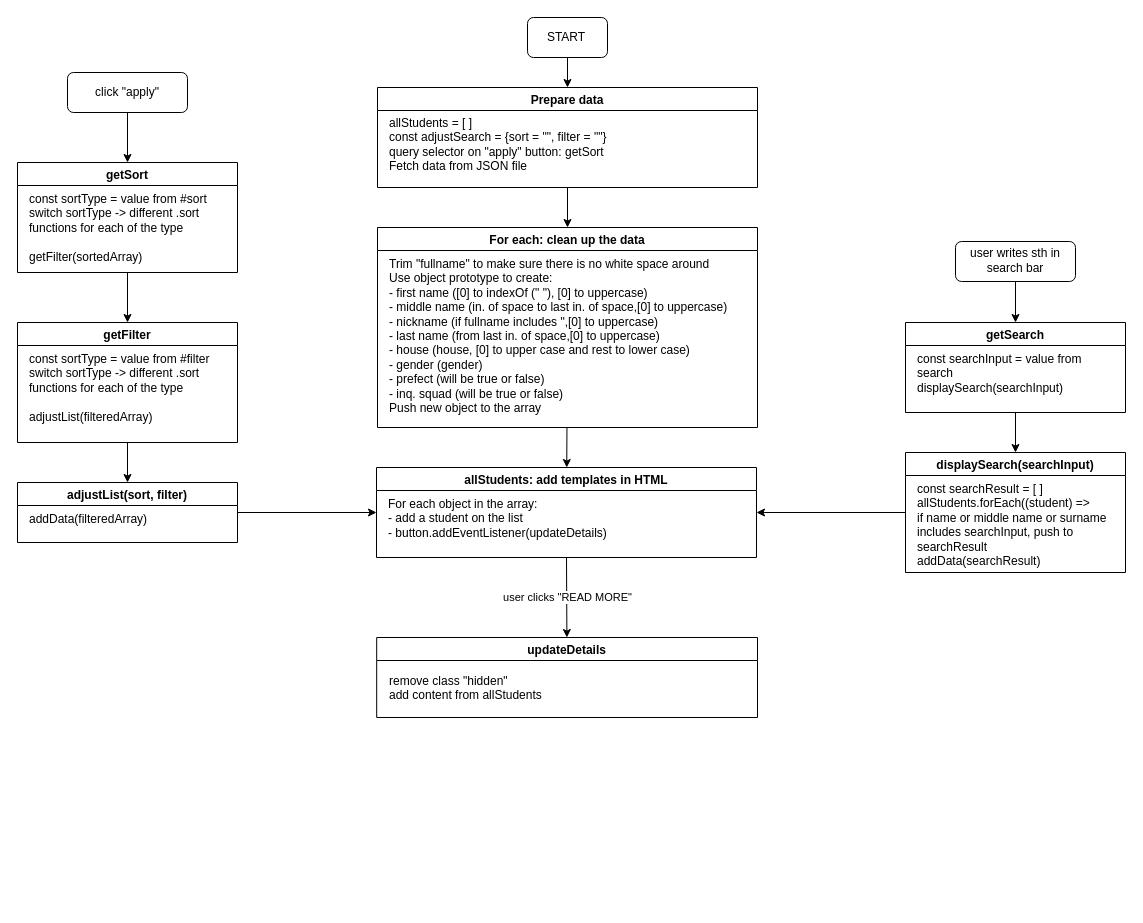
Before: diagram.drawio in mn46/hogwart-student-list, a draw.io diagram. Source tidied: cells renumbered, new cells numbered last; positions are measured from the earlier drawing's top-left corner, leaving out a move shared by most shapes. Both pictures are drawn from the tidied source at 100%, with x=0, y=0 at pixel (17, 17).
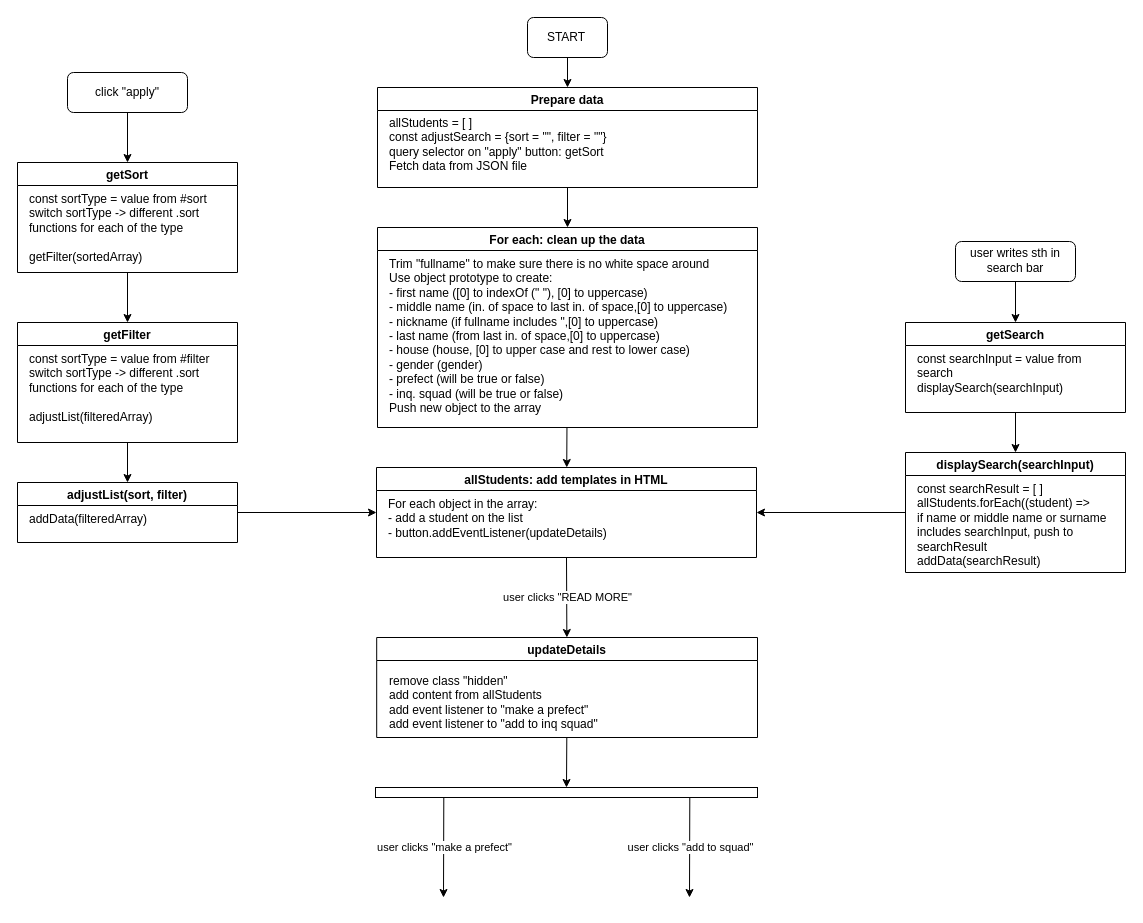
Above is the later version.

Change to the diagram source:
```diff
@@
+    <mxCell id="38" style="edgeStyle=none;html=1;entryX=0.5;entryY=0;entryDx=0;entryDy=0;" parent="1" edge="1" source="15" target="39">
+      <mxGeometry relative="1" as="geometry" />
+    </mxCell>
     <mxCell id="15" value="updateDetails" style="swimlane;" parent="1" vertex="1">
-      <mxGeometry x="359.2" y="620" width="380.8" height="80" as="geometry" />
+      <mxGeometry x="359.2" y="620" width="380.8" height="100" as="geometry" />
     </mxCell>
-    <mxCell id="16" value="remove class &quot;hidden&quot;&lt;br&gt;add content from allStudents" style="text;html=1;strokeColor=none;fillColor=none;align=left;verticalAlign=top;whiteSpace=wrap;rounded=0;" parent="15" vertex="1">
-      <mxGeometry x="10.8" y="30" width="359.2" height="40" as="geometry" />
+    <mxCell id="16" value="remove class &quot;hidden&quot;&lt;br&gt;add content from allStudents&lt;br&gt;add event listener to &quot;make a prefect&quot;&lt;br&gt;add event listener to &quot;add to inq squad&quot;" style="text;html=1;strokeColor=none;fillColor=none;align=left;verticalAlign=top;whiteSpace=wrap;rounded=0;" parent="15" vertex="1">
+      <mxGeometry x="10.8" y="30" width="359.2" height="60" as="geometry" />
     </mxCell>
@@
+    <mxCell id="39" style="rounded=0;whiteSpace=wrap;html=1;" parent="1" vertex="1">
+      <mxGeometry x="358" y="770" width="382" height="10" as="geometry" />
+    </mxCell>
+    <mxCell id="40" style="endArrow=classic;html=1;exitX=0.137;exitY=1;exitDx=0;exitDy=0;exitPerimeter=0;" parent="1" edge="1">
+      <mxGeometry relative="1" as="geometry">
+        <mxPoint x="426.3" y="780" as="sourcePoint" />
+        <mxPoint x="426" y="880" as="targetPoint" />
+      </mxGeometry>
+    </mxCell>
+    <mxCell id="41" value="user clicks &quot;make a prefect&quot;" style="edgeLabel;html=1;align=center;verticalAlign=middle;" parent="40" vertex="1">
+      <mxGeometry relative="1" as="geometry" />
+    </mxCell>
+    <mxCell id="42" style="endArrow=classic;html=1;exitX=0.137;exitY=1;exitDx=0;exitDy=0;exitPerimeter=0;" parent="1" edge="1">
+      <mxGeometry relative="1" as="geometry">
+        <mxPoint x="672.3" y="780" as="sourcePoint" />
+        <mxPoint x="672" y="880" as="targetPoint" />
+      </mxGeometry>
+    </mxCell>
+    <mxCell id="43" value="user clicks &quot;add to squad&quot;" style="edgeLabel;html=1;align=center;verticalAlign=middle;" parent="42" vertex="1">
+      <mxGeometry relative="1" as="geometry" />
+    </mxCell>
```
